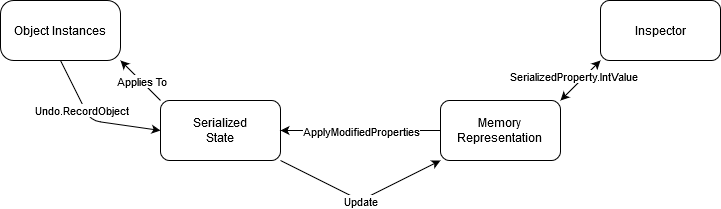
This is Images/SerializedPropertyUndoDiagram.png from JurjenBiewenga/EditorBook, a draw.io export, as it was before one commit. Source tidied: cells renumbered, new cells last; positions are measured from the earlier drawing's top-left corner, leaving out a move shared by most shapes.
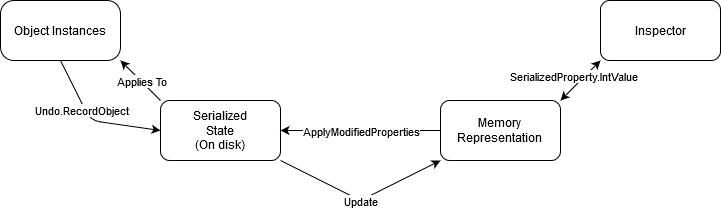
Above is the later version.

Commit message:
Tried to make it more clear that the serialized state is on disk

Diff of the diagram source:
```diff
@@ -24,7 +24,7 @@
         <mxPoint y="-5.7" as="offset" />
       </mxGeometry>
     </mxCell>
-    <mxCell id="8" value="&lt;div&gt;Serialized&lt;/div&gt;&lt;div&gt;State&lt;br&gt;&lt;/div&gt;" style="rounded=1;whiteSpace=wrap;html=1;" parent="1" vertex="1">
+    <mxCell id="8" value="&lt;div&gt;Serialized&lt;/div&gt;&lt;div&gt;State&lt;/div&gt;&lt;div&gt;(On disk)&lt;br&gt;&lt;/div&gt;" style="rounded=1;whiteSpace=wrap;html=1;" parent="1" vertex="1">
       <mxGeometry x="160" y="100" width="120" height="60" as="geometry" />
     </mxCell>
     <mxCell id="9" value="&lt;div&gt;Memory&lt;/div&gt;&lt;div&gt;Representation&lt;br&gt;&lt;/div&gt;" style="rounded=1;whiteSpace=wrap;html=1;" parent="1" vertex="1">
```
